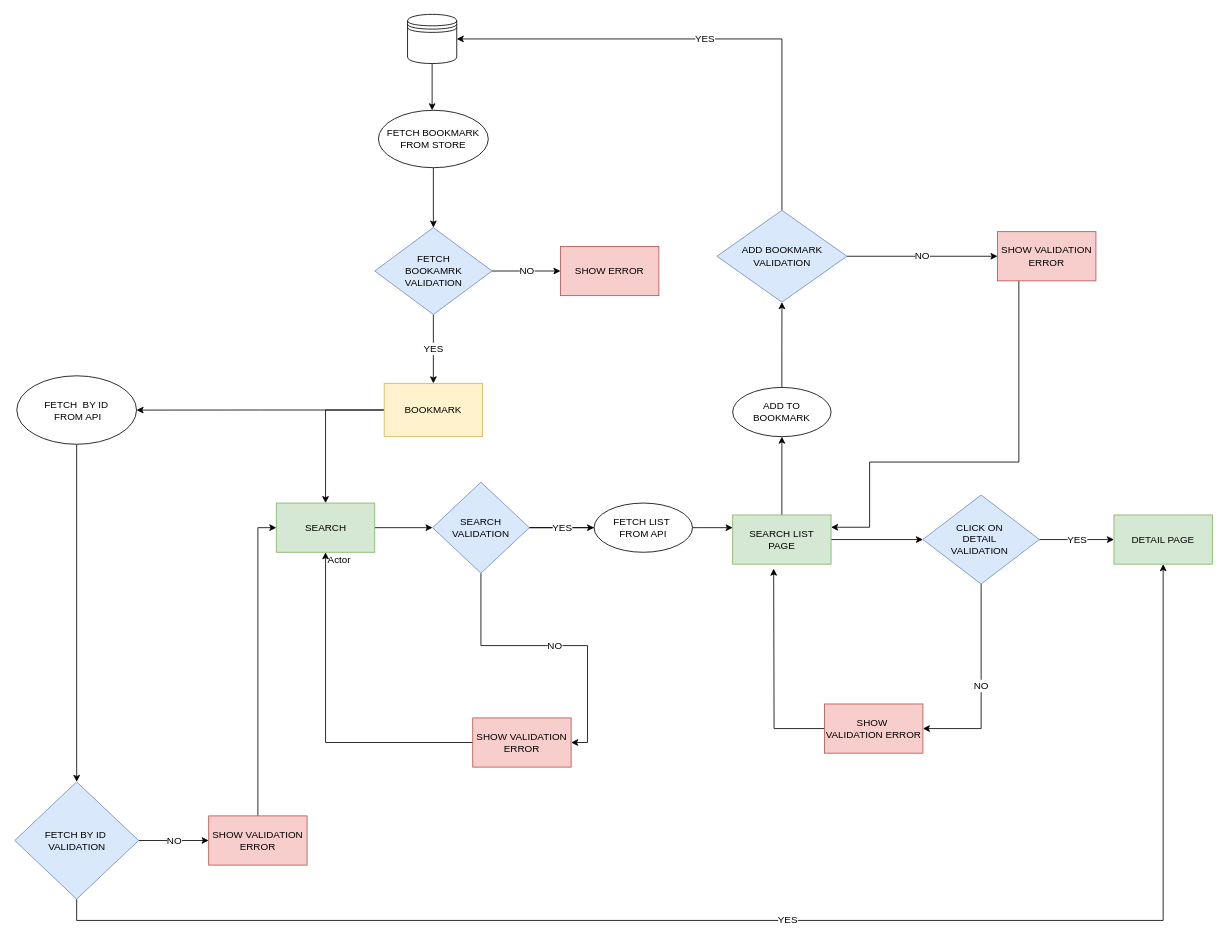
Earlier version of the draw.io diagram Untitled Diagram.drawio (captainPrime/search-engine). Source tidied: cells renumbered, new cells numbered last; positions are measured from the earlier drawing's top-left corner, leaving out a move shared by most shapes. Both pictures are drawn from the tidied source at 82%, with x=0, y=0 at pixel (15, 14).
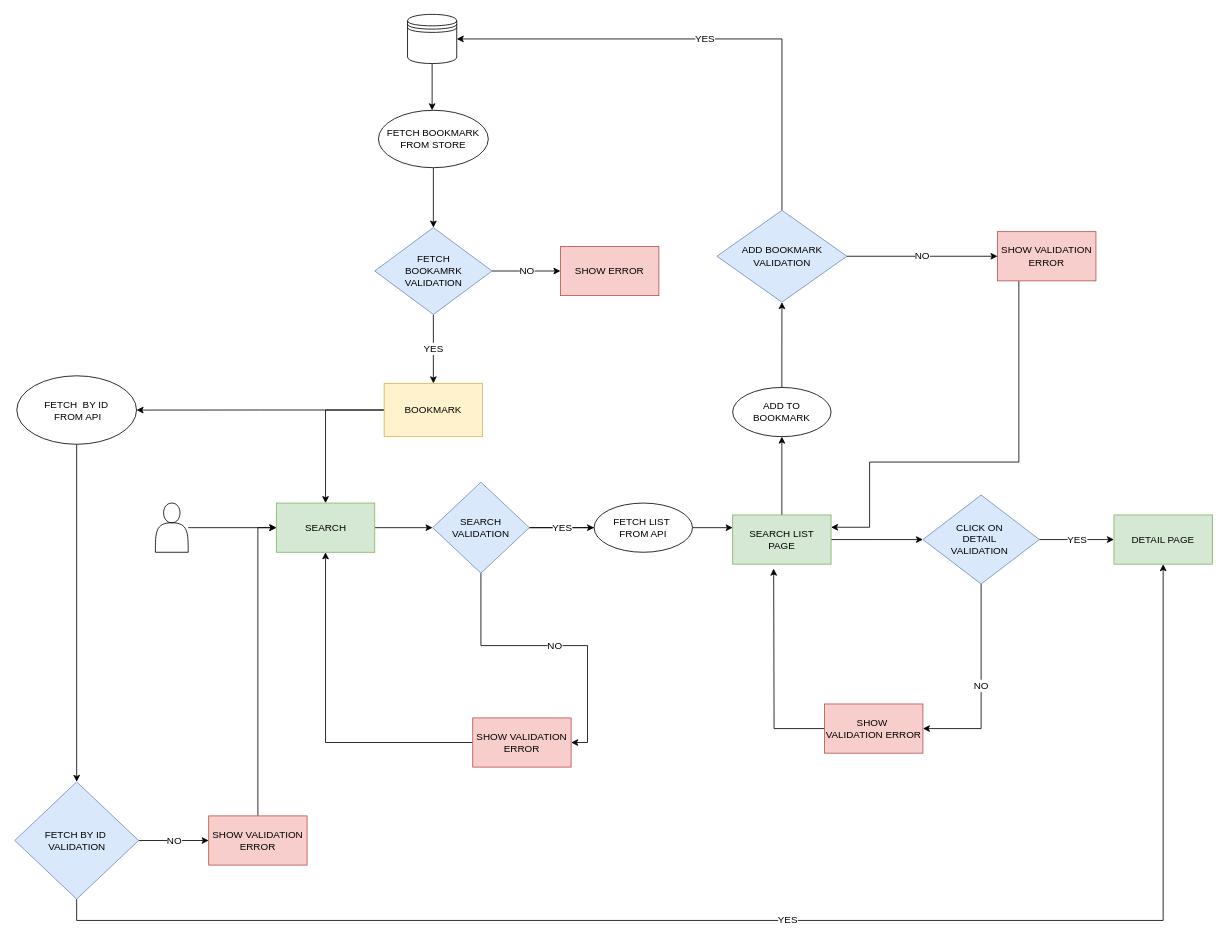
After the change.

The change refers to these unchanged cells:
```xml
<mxCell id="4" value="SEARCH" style="rounded=0;whiteSpace=wrap;html=1;fillColor=#d5e8d4;strokeColor=#82b366;" parent="1" vertex="1">
  <mxGeometry x="318.5" y="596" width="120" height="60" as="geometry" />
</mxCell>
```

What changed in the source:
```diff
@@
-    <mxCell id="2" value="Actor" style="shape=umlActor;verticalLabelPosition=bottom;verticalAlign=top;html=1;" parent="1" vertex="1">
-      <mxGeometry x="380" y="601" width="30" height="50" as="geometry" />
-    </mxCell>
@@
+    <mxCell id="46" style="edgeStyle=orthogonalEdgeStyle;rounded=0;jettySize=auto;html=1;entryX=0;entryY=0.5;entryDx=0;entryDy=0;fontSize=12;" parent="1" edge="1" source="47" target="4">
+      <mxGeometry relative="1" as="geometry" />
+    </mxCell>
+    <mxCell id="47" style="shape=actor;whiteSpace=wrap;html=1;fontSize=12;" parent="1" vertex="1">
+      <mxGeometry x="171" y="596" width="40" height="60" as="geometry" />
+    </mxCell>
```
